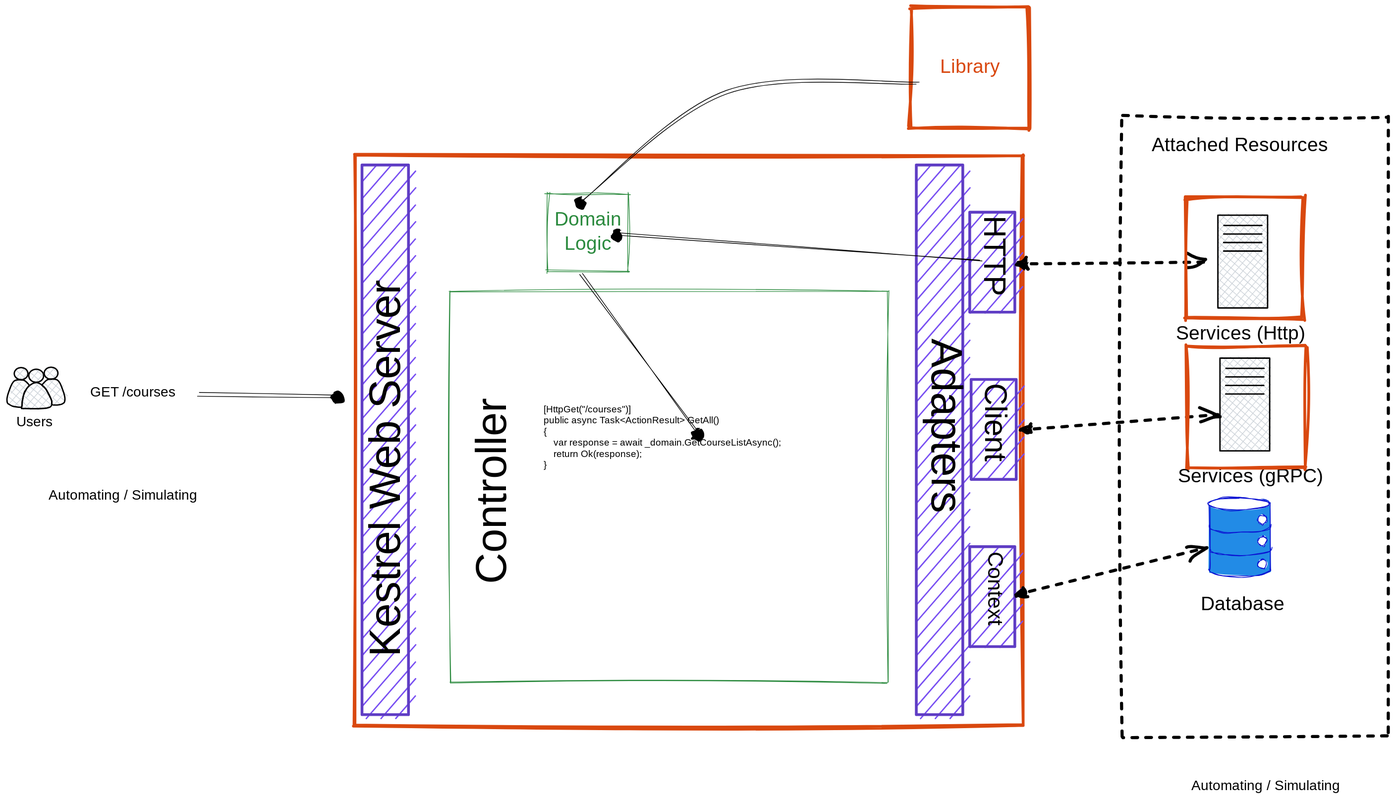
Above: instructor-notes/Services Testing Boundaries.excalidraw.svg in hypertheory-services/services-developer-testing-starter-nov-2022 (Excalidraw), before the change. Source tidied: one line per element, renumbered; positions are measured from the earlier drawing's top-left corner, leaving out a move shared by most shapes.
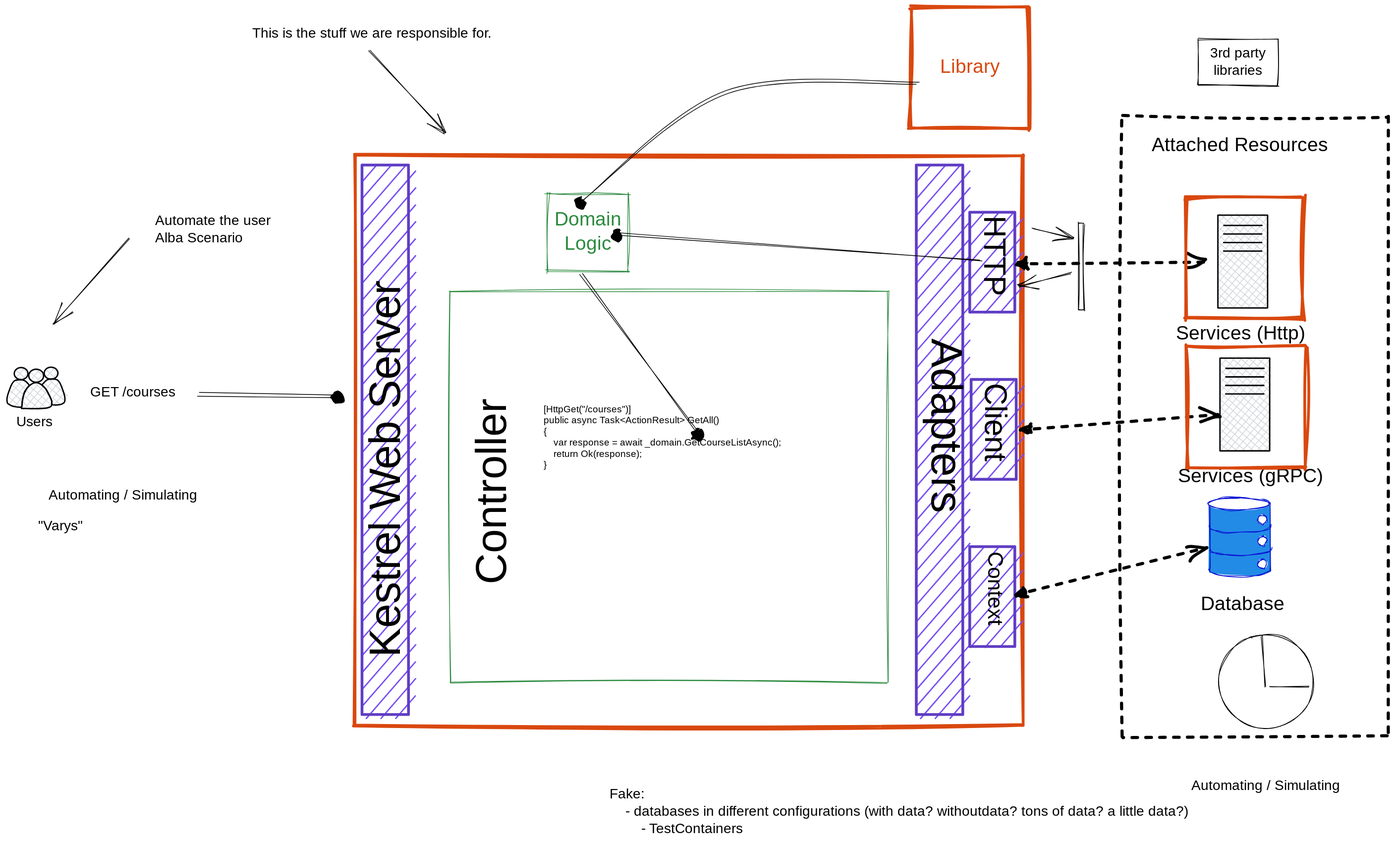
The same diagram one commit later.

Change to the diagram source:
```diff
@@ -57,3 +57,17 @@
 {"id": 56, "type": "arrow", "strokeColor": "#000000", "strokeWidth": 1, "roughness": 2, "endArrowhead": "dot", "from": 55, "to": 0, "x": 276, "y": 557, "width": 197, "height": 2, "points": [[0, 0], [197, 2]]}
 {"id": 57, "type": "text", "text": "Automating / Simulating", "strokeColor": "#000000", "strokeWidth": 1, "roughness": 1, "fontSize": 20, "fontFamily": 1, "x": 60, "y": 692, "width": 234, "height": 25}
 {"id": 58, "type": "text", "text": "Automating / Simulating", "strokeColor": "#000000", "strokeWidth": 1, "roughness": 1, "fontSize": 20, "fontFamily": 1, "x": 1707, "y": 1110, "width": 234, "height": 25}
+{"id": 59, "type": "arrow", "strokeColor": "#000000", "strokeWidth": 1, "roughness": 1, "endArrowhead": "arrow", "x": 522, "y": 63, "width": 110, "height": 118, "points": [[0, 0], [110, 118]]}
+{"id": 60, "type": "text", "text": "This is the stuff we are responsible for.\n", "strokeColor": "#000000", "strokeWidth": 1, "roughness": 1, "fontSize": 20, "fontFamily": 1, "x": 353, "y": 26, "width": 406, "height": 50}
+{"id": 61, "type": "arrow", "strokeColor": "#000000", "strokeWidth": 1, "roughness": 1, "endArrowhead": "arrow", "x": 176, "y": 334, "width": 109, "height": 122, "points": [[0, 0], [-109, 122]]}
+{"id": 62, "type": "text", "text": "Automate the user\nAlba Scenario", "strokeColor": "#000000", "strokeWidth": 1, "roughness": 1, "fontSize": 20, "fontFamily": 1, "x": 213, "y": 296, "width": 190, "height": 50}
+{"id": 63, "type": "text", "text": "\"Varys\"", "strokeColor": "#000000", "strokeWidth": 1, "roughness": 1, "fontSize": 20, "fontFamily": 1, "x": 45, "y": 736, "width": 68, "height": 25}
+{"id": 64, "type": "text", "text": "Fake:\n    - databases in different configurations (with data? withoutdata? tons of data? a little data?)\n        - TestContainers", "strokeColor": "#000000", "strokeWidth": 1, "roughness": 1, "fontSize": 20, "fontFamily": 1, "x": 868, "y": 1123, "width": 1004, "height": 75}
+{"id": 65, "type": "rectangle", "strokeColor": "#000000", "strokeWidth": 1, "roughness": 1, "x": 1545, "y": 312, "width": 8, "height": 125}
+{"id": 66, "type": "arrow", "strokeColor": "#000000", "strokeWidth": 1, "roughness": 1, "endArrowhead": "arrow", "from": 0, "to": 65, "x": 1478, "y": 319, "width": 59, "height": 15, "points": [[0, 0], [59, 15]]}
+{"id": 67, "type": "arrow", "strokeColor": "#000000", "strokeWidth": 1, "roughness": 1, "endArrowhead": "arrow", "from": 65, "to": 13, "x": 1535, "y": 383, "width": 76, "height": 20, "points": [[0, 0], [-76, 20]]}
+{"id": 68, "type": "ellipse", "strokeColor": "#000000", "strokeWidth": 1, "roughness": 1, "x": 1747, "y": 904, "width": 136, "height": 136}
+{"id": 69, "type": "line", "strokeColor": "#000000", "strokeWidth": 1, "roughness": 1, "x": 1808, "y": 908, "width": 6, "height": 72, "points": [[0, 0], [6, 72]]}
+{"id": 70, "type": "line", "strokeColor": "#000000", "strokeWidth": 1, "roughness": 1, "x": 1820, "y": 979, "width": 56, "height": 0, "points": [[0, 0], [56, 0]]}
+{"id": 71, "type": "rectangle", "strokeColor": "#000000", "strokeWidth": 1, "roughness": 1, "x": 1717, "y": 47, "width": 115, "height": 66}
+{"id": 72, "type": "text", "text": "3rd party\nlibraries", "strokeColor": "#000000", "strokeWidth": 1, "roughness": 1, "fontSize": 20, "fontFamily": 1, "textAlign": "center", "verticalAlign": "middle", "inside": 71, "x": 1726, "y": 55, "width": 97, "height": 50}
```
